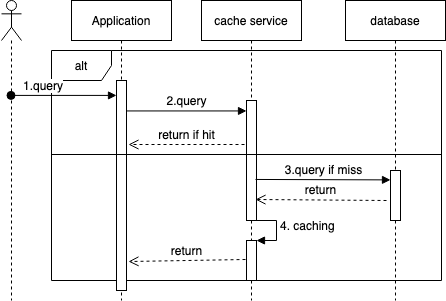
This is Read-Through.png from GallantKong/diagram, a draw.io export, as it was before one commit. Source tidied: cells renumbered, new cells last; positions are measured from the earlier drawing's top-left corner, leaving out a move shared by most shapes.
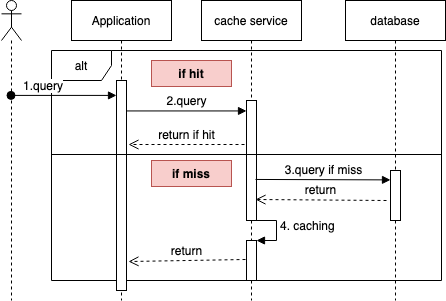
Above is the later version.

What changed in the source:
```diff
@@ -63,5 +63,11 @@
     <mxCell id="18" style="line;strokeWidth=1;fillColor=none;align=left;verticalAlign=middle;spacingTop=-1;spacingLeft=3;spacingRight=3;labelPosition=right;" parent="1" vertex="1">
       <mxGeometry x="50" y="150" width="390" height="8" as="geometry" />
     </mxCell>
+    <mxCell id="19" value="if hit" style="text;align=center;fontStyle=1;verticalAlign=middle;spacingLeft=3;spacingRight=3;strokeColor=#b85450;fillColor=#f8cecc;" parent="1" vertex="1">
+      <mxGeometry x="150" y="60" width="80" height="26" as="geometry" />
+    </mxCell>
+    <mxCell id="20" value="if miss" style="text;align=center;fontStyle=1;verticalAlign=middle;spacingLeft=3;spacingRight=3;strokeColor=#b85450;fillColor=#f8cecc;" parent="1" vertex="1">
+      <mxGeometry x="150" y="160" width="80" height="26" as="geometry" />
+    </mxCell>
   </root>
 </mxGraphModel>
```
